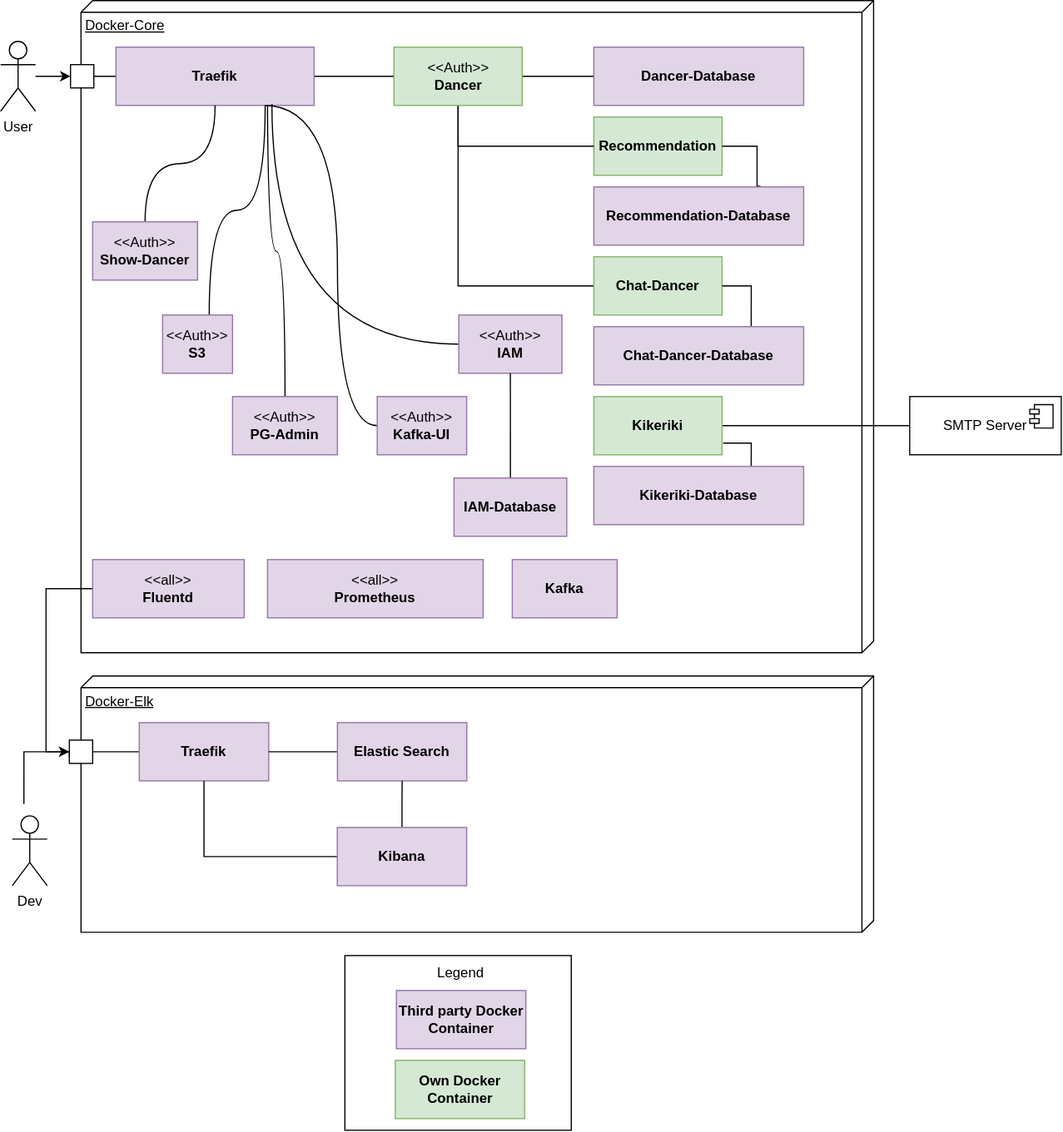
The draw.io diagram src/main/jbake/content/documentation/arc42/images/deployment.drawio.svg in dancier/documentation, before a commit. Source tidied: cells renumbered, new cells last; positions are measured from the earlier drawing's top-left corner, leaving out a move shared by most shapes.
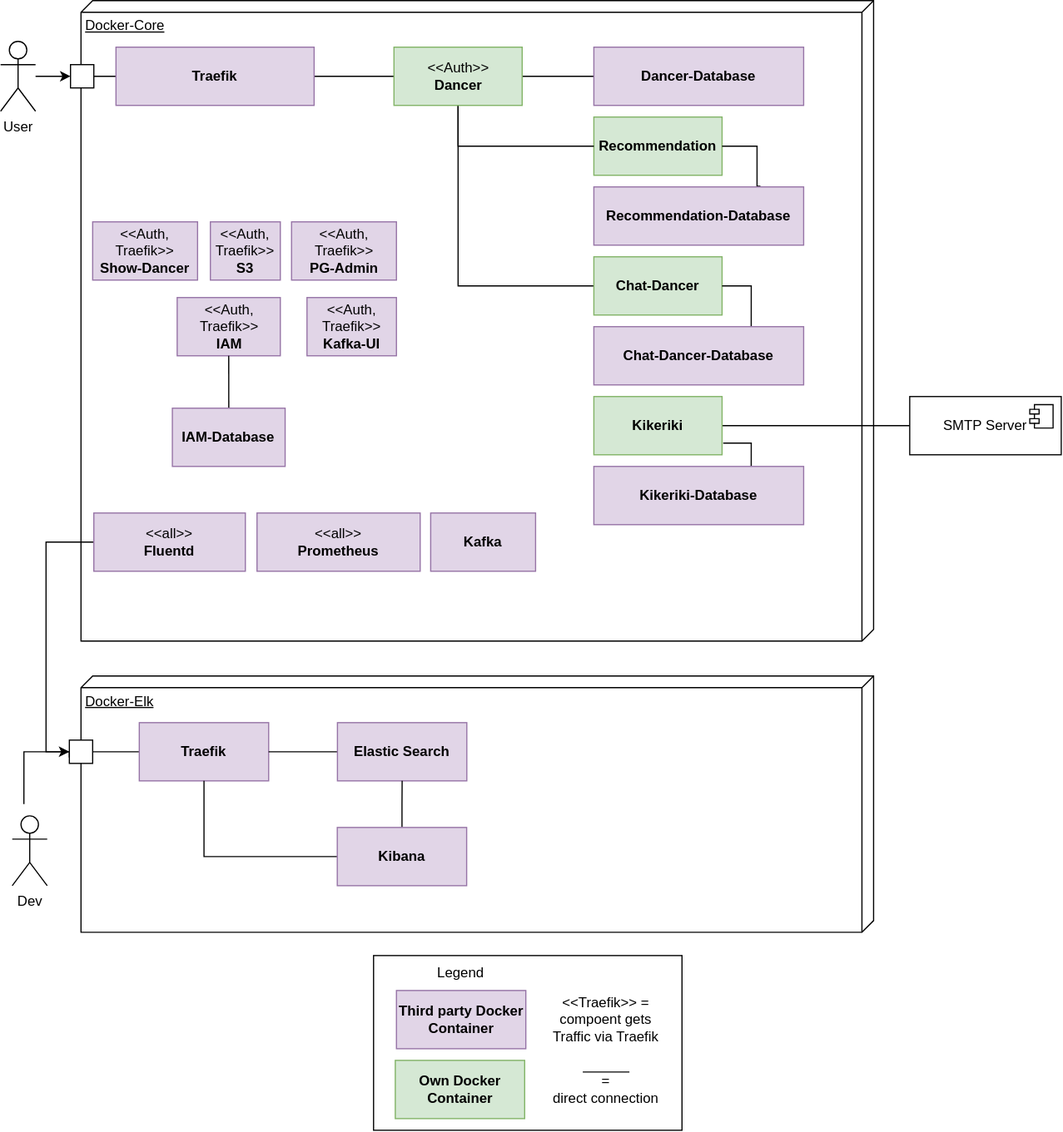
After the commit.

The edit, as a diff of the source:
```diff
@@ -3,18 +3,10 @@
     <mxCell id="0" />
     <mxCell id="1" parent="0" />
     <mxCell id="2" value="Docker-Core" style="verticalAlign=top;align=left;spacingTop=8;spacingLeft=2;spacingRight=12;shape=cube;size=10;direction=south;fontStyle=4;html=1;whiteSpace=wrap;" parent="1" vertex="1">
-      <mxGeometry x="69" width="680" height="560" as="geometry" />
+      <mxGeometry x="69" width="680" height="550" as="geometry" />
     </mxCell>
-    <mxCell id="3" style="edgeStyle=orthogonalEdgeStyle;jettySize=auto;html=1;curved=1;endArrow=none;endFill=0;" parent="1" edge="1" source="4" target="7">
-      <mxGeometry relative="1" as="geometry">
-        <Array as="points">
-          <mxPoint x="179" y="180" />
-          <mxPoint x="227" y="180" />
-        </Array>
-      </mxGeometry>
-    </mxCell>
-    <mxCell id="4" value="&amp;lt;&amp;lt;Auth&amp;gt;&amp;gt;&lt;br&gt;&lt;b&gt;S3&lt;/b&gt;" style="html=1;whiteSpace=wrap;fillColor=#e1d5e7;strokeColor=#9673a6;" parent="1" vertex="1">
-      <mxGeometry x="139" y="270" width="60" height="50" as="geometry" />
+    <mxCell id="4" value="&amp;lt;&amp;lt;Auth, Traefik&amp;gt;&amp;gt;&lt;br&gt;&lt;b&gt;S3&lt;/b&gt;" style="html=1;whiteSpace=wrap;fillColor=#e1d5e7;strokeColor=#9673a6;" parent="1" vertex="1">
+      <mxGeometry x="180" y="190" width="60" height="50" as="geometry" />
     </mxCell>
     <mxCell id="5" style="edgeStyle=orthogonalEdgeStyle;rounded=0;jettySize=auto;html=1;entryX=0;entryY=0.5;entryDx=0;entryDy=0;endArrow=none;endFill=0;" parent="1" edge="1" source="7" target="29">
       <mxGeometry relative="1" as="geometry" />
@@ -29,10 +21,10 @@
       <mxGeometry relative="1" as="geometry" />
     </mxCell>
     <mxCell id="9" value="&amp;lt;&amp;lt;all&amp;gt;&amp;gt;&lt;br&gt;&lt;b&gt;Fluentd&lt;/b&gt;" style="html=1;whiteSpace=wrap;fillColor=#e1d5e7;strokeColor=#9673a6;" parent="1" vertex="1">
-      <mxGeometry x="79" y="480" width="130" height="50" as="geometry" />
+      <mxGeometry x="80" y="440" width="130" height="50" as="geometry" />
     </mxCell>
     <mxCell id="10" value="&amp;lt;&amp;lt;all&amp;gt;&amp;gt;&lt;br&gt;&lt;b&gt;Prometheus&lt;/b&gt;" style="html=1;whiteSpace=wrap;fillColor=#e1d5e7;strokeColor=#9673a6;" parent="1" vertex="1">
-      <mxGeometry x="229" y="480" width="185" height="50" as="geometry" />
+      <mxGeometry x="220" y="440" width="140" height="50" as="geometry" />
     </mxCell>
     <mxCell id="11" value="&lt;b&gt;Recommendation&lt;/b&gt;" style="html=1;whiteSpace=wrap;fillColor=#d5e8d4;strokeColor=#82b366;" parent="1" vertex="1">
       <mxGeometry x="509" y="100" width="110" height="50" as="geometry" />
@@ -48,39 +40,23 @@
     <mxCell id="13" value="&lt;b&gt;Recommendation-Database&lt;/b&gt;" style="html=1;whiteSpace=wrap;fillColor=#e1d5e7;strokeColor=#9673a6;" parent="1" vertex="1">
       <mxGeometry x="509" y="160" width="180" height="50" as="geometry" />
     </mxCell>
-    <mxCell id="14" style="edgeStyle=orthogonalEdgeStyle;jettySize=auto;html=1;entryX=0.787;entryY=0.977;entryDx=0;entryDy=0;entryPerimeter=0;curved=1;endArrow=none;endFill=0;" parent="1" edge="1" source="15" target="7">
-      <mxGeometry relative="1" as="geometry" />
-    </mxCell>
-    <mxCell id="15" value="&amp;lt;&amp;lt;Auth&amp;gt;&amp;gt;&lt;br&gt;&lt;b&gt;IAM&lt;/b&gt;" style="html=1;whiteSpace=wrap;fillColor=#e1d5e7;strokeColor=#9673a6;" parent="1" vertex="1">
-      <mxGeometry x="393.1" y="270" width="88.5" height="50" as="geometry" />
+    <mxCell id="15" value="&amp;lt;&amp;lt;Auth, Traefik&amp;gt;&amp;gt;&lt;br&gt;&lt;b&gt;IAM&lt;/b&gt;" style="html=1;whiteSpace=wrap;fillColor=#e1d5e7;strokeColor=#9673a6;" parent="1" vertex="1">
+      <mxGeometry x="151.5" y="255" width="88.5" height="50" as="geometry" />
     </mxCell>
-    <mxCell id="16" style="edgeStyle=orthogonalEdgeStyle;jettySize=auto;html=1;curved=1;endArrow=none;endFill=0;" parent="1" edge="1" source="17">
-      <mxGeometry relative="1" as="geometry">
-        <mxPoint x="229" y="90" as="targetPoint" />
-      </mxGeometry>
-    </mxCell>
-    <mxCell id="17" value="&amp;lt;&amp;lt;Auth&amp;gt;&amp;gt;&lt;br&gt;&lt;b&gt;PG-Admin&lt;/b&gt;" style="html=1;whiteSpace=wrap;fillColor=#e1d5e7;strokeColor=#9673a6;" parent="1" vertex="1">
-      <mxGeometry x="199" y="340" width="90" height="50" as="geometry" />
+    <mxCell id="17" value="&amp;lt;&amp;lt;Auth, Traefik&amp;gt;&amp;gt;&lt;br&gt;&lt;b&gt;PG-Admin&lt;/b&gt;" style="html=1;whiteSpace=wrap;fillColor=#e1d5e7;strokeColor=#9673a6;" parent="1" vertex="1">
+      <mxGeometry x="249.6" y="190" width="90" height="50" as="geometry" />
     </mxCell>
     <mxCell id="18" value="&lt;b&gt;Kafka&lt;/b&gt;" style="html=1;whiteSpace=wrap;fillColor=#e1d5e7;strokeColor=#9673a6;" parent="1" vertex="1">
-      <mxGeometry x="439" y="480" width="90" height="50" as="geometry" />
+      <mxGeometry x="369" y="440" width="90" height="50" as="geometry" />
     </mxCell>
-    <mxCell id="19" style="edgeStyle=orthogonalEdgeStyle;jettySize=auto;html=1;entryX=0.75;entryY=1;entryDx=0;entryDy=0;curved=1;endArrow=none;endFill=0;" parent="1" edge="1" source="20" target="7">
-      <mxGeometry relative="1" as="geometry">
-        <Array as="points">
-          <mxPoint x="289" y="365" />
-          <mxPoint x="289" y="90" />
-        </Array>
-      </mxGeometry>
-    </mxCell>
-    <mxCell id="20" value="&amp;lt;&amp;lt;Auth&amp;gt;&amp;gt;&lt;br&gt;&lt;b&gt;Kafka-UI&lt;/b&gt;" style="html=1;whiteSpace=wrap;fillColor=#e1d5e7;strokeColor=#9673a6;" parent="1" vertex="1">
-      <mxGeometry x="323.1" y="340" width="76.8" height="50" as="geometry" />
+    <mxCell id="20" value="&amp;lt;&amp;lt;Auth, Traefik&amp;gt;&amp;gt;&lt;br&gt;&lt;b&gt;Kafka-UI&lt;/b&gt;" style="html=1;whiteSpace=wrap;fillColor=#e1d5e7;strokeColor=#9673a6;" parent="1" vertex="1">
+      <mxGeometry x="262.9" y="255" width="76.8" height="50" as="geometry" />
     </mxCell>
     <mxCell id="21" style="edgeStyle=orthogonalEdgeStyle;jettySize=auto;html=1;endArrow=none;endFill=0;curved=1;" parent="1" edge="1" source="22" target="15">
       <mxGeometry relative="1" as="geometry" />
     </mxCell>
     <mxCell id="22" value="&lt;b&gt;IAM-Database&lt;/b&gt;" style="html=1;whiteSpace=wrap;fillColor=#e1d5e7;strokeColor=#9673a6;" parent="1" vertex="1">
-      <mxGeometry x="389" y="410" width="96.8" height="50" as="geometry" />
+      <mxGeometry x="147.4" y="350" width="96.8" height="50" as="geometry" />
     </mxCell>
     <mxCell id="23" style="edgeStyle=orthogonalEdgeStyle;rounded=0;jettySize=auto;html=1;endArrow=none;endFill=0;entryX=0;entryY=0.5;entryDx=0;entryDy=0;" parent="1" edge="1" source="24" target="41">
       <mxGeometry relative="1" as="geometry" />
@@ -107,10 +83,7 @@
     <mxCell id="29" value="&amp;lt;&amp;lt;Auth&amp;gt;&amp;gt;&lt;br&gt;&lt;b&gt;Dancer&lt;/b&gt;" style="html=1;whiteSpace=wrap;fillColor=#d5e8d4;strokeColor=#82b366;" parent="1" vertex="1">
       <mxGeometry x="337.5" y="40" width="110" height="50" as="geometry" />
     </mxCell>
-    <mxCell id="30" style="edgeStyle=orthogonalEdgeStyle;jettySize=auto;html=1;endArrow=none;endFill=0;curved=1;" parent="1" edge="1" source="31" target="7">
-      <mxGeometry relative="1" as="geometry" />
-    </mxCell>
-    <mxCell id="31" value="&amp;lt;&amp;lt;Auth&amp;gt;&amp;gt;&lt;br&gt;&lt;b&gt;Show-Dancer&lt;/b&gt;" style="html=1;whiteSpace=wrap;fillColor=#e1d5e7;strokeColor=#9673a6;" parent="1" vertex="1">
+    <mxCell id="31" value="&amp;lt;&amp;lt;Auth, Traefik&amp;gt;&amp;gt;&lt;br&gt;&lt;b&gt;Show-Dancer&lt;/b&gt;" style="html=1;whiteSpace=wrap;fillColor=#e1d5e7;strokeColor=#9673a6;" parent="1" vertex="1">
       <mxGeometry x="79" y="190" width="90" height="50" as="geometry" />
     </mxCell>
     <mxCell id="32" value="&lt;b&gt;Dancer-Database&lt;/b&gt;" style="html=1;whiteSpace=wrap;fillColor=#e1d5e7;strokeColor=#9673a6;" parent="1" vertex="1">
@@ -191,7 +164,7 @@
       <mxGeometry x="10" y="700" width="30" height="60" as="geometry" />
     </mxCell>
     <mxCell id="53" style="rounded=0;whiteSpace=wrap;html=1;" parent="1" vertex="1">
-      <mxGeometry x="295.4" y="820" width="194.2" height="150" as="geometry" />
+      <mxGeometry x="320" y="820" width="264.6" height="150" as="geometry" />
     </mxCell>
     <mxCell id="54" value="&lt;b&gt;Third party Docker Container&lt;/b&gt;" style="html=1;whiteSpace=wrap;fillColor=#e1d5e7;strokeColor=#9673a6;" parent="1" vertex="1">
       <mxGeometry x="339.6" y="850" width="111" height="50" as="geometry" />
@@ -202,5 +175,17 @@
     <mxCell id="56" value="Legend" style="text;html=1;strokeColor=none;fillColor=none;align=center;verticalAlign=middle;whiteSpace=wrap;rounded=0;" parent="1" vertex="1">
       <mxGeometry x="365.1" y="820" width="60" height="30" as="geometry" />
     </mxCell>
+    <mxCell id="57" value="&amp;lt;&amp;lt;Traefik&amp;gt;&amp;gt; = compoent gets Traffic via Traefik" style="text;html=1;strokeColor=none;fillColor=none;align=center;verticalAlign=middle;whiteSpace=wrap;rounded=0;" parent="1" vertex="1">
+      <mxGeometry x="469" y="860" width="101" height="30" as="geometry" />
+    </mxCell>
+    <mxCell id="58" style="endArrow=none;html=1;rounded=0;" parent="1" edge="1">
+      <mxGeometry relative="1" as="geometry">
+        <mxPoint x="499.5" y="920" as="sourcePoint" />
+        <mxPoint x="539.5" y="920" as="targetPoint" />
+      </mxGeometry>
+    </mxCell>
+    <mxCell id="59" value="=&lt;br&gt;direct connection" style="text;html=1;strokeColor=none;fillColor=none;align=center;verticalAlign=middle;whiteSpace=wrap;rounded=0;" parent="1" vertex="1">
+      <mxGeometry x="469" y="920" width="101" height="30" as="geometry" />
+    </mxCell>
   </root>
 </mxGraphModel>
```
